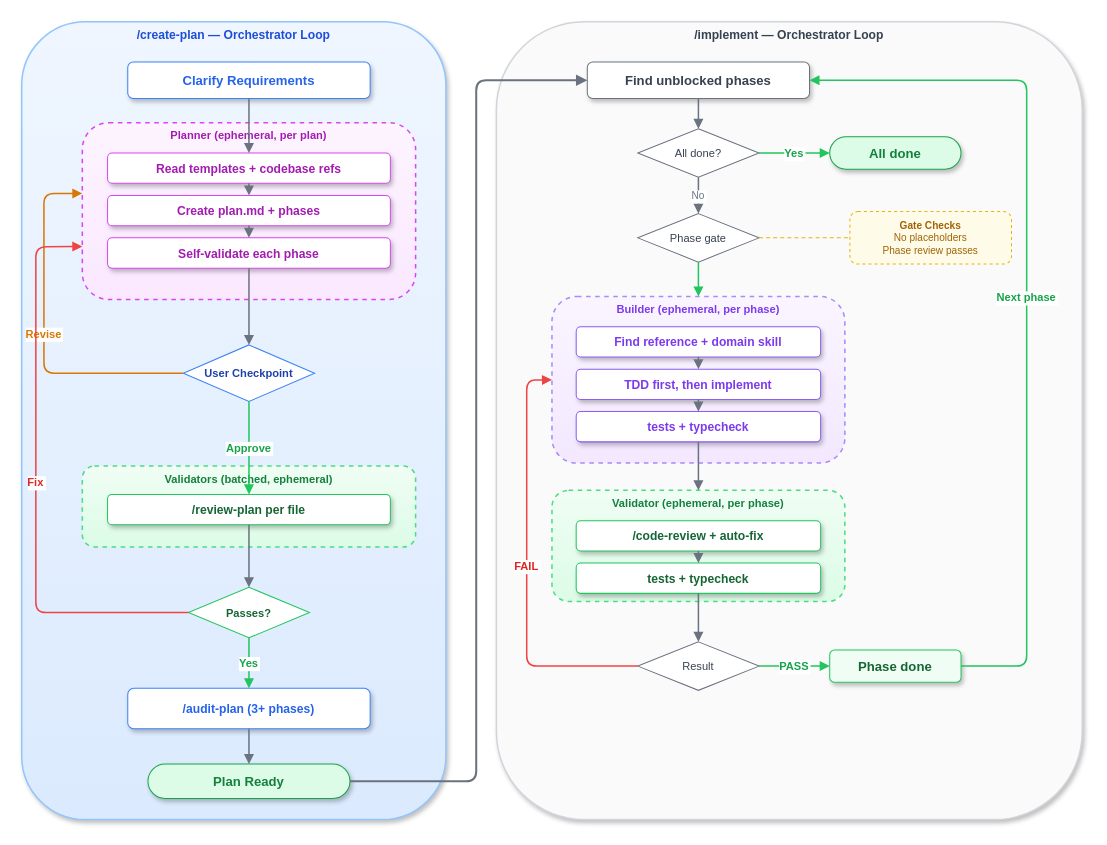
darraghh1/my-claude-setup keeps this draw.io diagram as docs/pipeline-v2.drawio. Above is the earlier version. Source tidied: cells renumbered, new cells numbered last; positions are measured from the earlier drawing's top-left corner, leaving out a move shared by most shapes. Both pictures are drawn from the tidied source at 101%, with x=0, y=0 at pixel (21, 21).
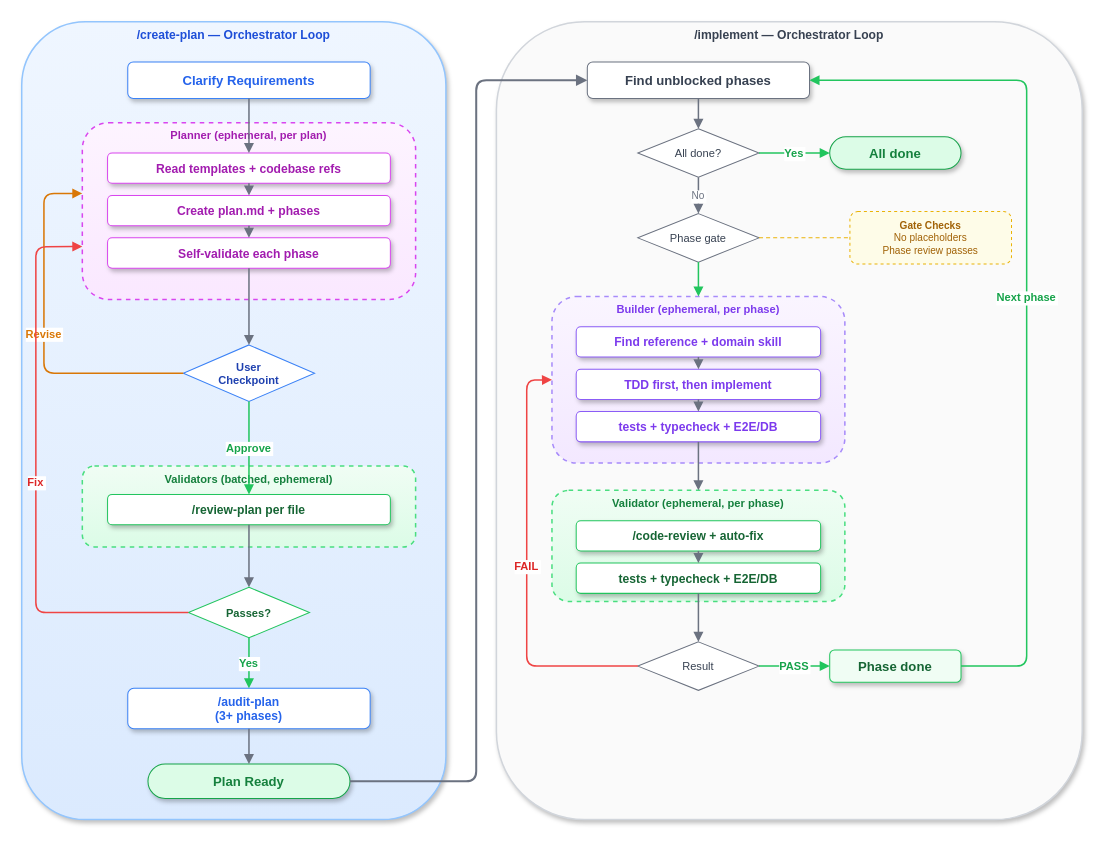
The same diagram, later.

Change to the diagram source:
```diff
@@
-    <mxCell id="8" value="User Checkpoint" style="rhombus;fillColor=#ffffff;strokeColor=#3b82f6;fontColor=#1e40af;fontSize=11;fontStyle=1;" parent="1" vertex="1">
+    <mxCell id="8" value="User&#10;Checkpoint" style="rhombus;fillColor=#ffffff;strokeColor=#3b82f6;fontColor=#1e40af;fontSize=11;fontStyle=1;" parent="1" vertex="1">
       <mxGeometry x="160" y="320" width="130" height="56" as="geometry" />
     </mxCell>
@@
-    <mxCell id="12" value="/audit-plan (3+ phases)" style="rounded=1;fillColor=#ffffff;strokeColor=#3b82f6;fontColor=#2563eb;fontSize=12;fontStyle=1;shadow=1;" parent="1" vertex="1">
+    <mxCell id="12" value="/audit-plan&#10;(3+ phases)" style="rounded=1;fillColor=#ffffff;strokeColor=#3b82f6;fontColor=#2563eb;fontSize=12;fontStyle=1;shadow=1;" parent="1" vertex="1">
       <mxGeometry x="105" y="660" width="240" height="40" as="geometry" />
     </mxCell>
@@
-    <mxCell id="33" value="tests + typecheck" style="rounded=1;fillColor=#ffffff;strokeColor=#8b5cf6;fontColor=#7c3aed;fontSize=12;fontStyle=1;shadow=1;" parent="1" vertex="1">
+    <mxCell id="33" value="tests + typecheck + E2E/DB" style="rounded=1;fillColor=#ffffff;strokeColor=#8b5cf6;fontColor=#7c3aed;fontSize=12;fontStyle=1;shadow=1;" parent="1" vertex="1">
       <mxGeometry x="549" y="386" width="242" height="30" as="geometry" />
     </mxCell>
@@
-    <mxCell id="36" value="tests + typecheck" style="rounded=1;fillColor=#ffffff;strokeColor=#22c55e;fontColor=#166534;fontSize=12;fontStyle=1;shadow=1;" parent="1" vertex="1">
+    <mxCell id="36" value="tests + typecheck + E2E/DB" style="rounded=1;fillColor=#ffffff;strokeColor=#22c55e;fontColor=#166534;fontSize=12;fontStyle=1;shadow=1;" parent="1" vertex="1">
       <mxGeometry x="549" y="536" width="242" height="30" as="geometry" />
     </mxCell>
```
